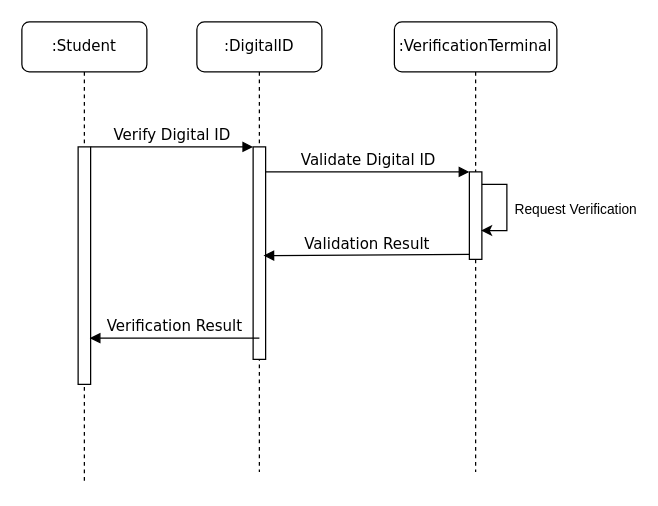
Above: SSD Update personal information.drawio in lahirub99/Computer-Security-CA (draw.io), before the change. Source tidied: cells renumbered, new cells numbered last; positions are measured from the earlier drawing's top-left corner, leaving out a move shared by most shapes. Both pictures are drawn from the tidied source at 125%, with x=0, y=0 at pixel (21, 21).
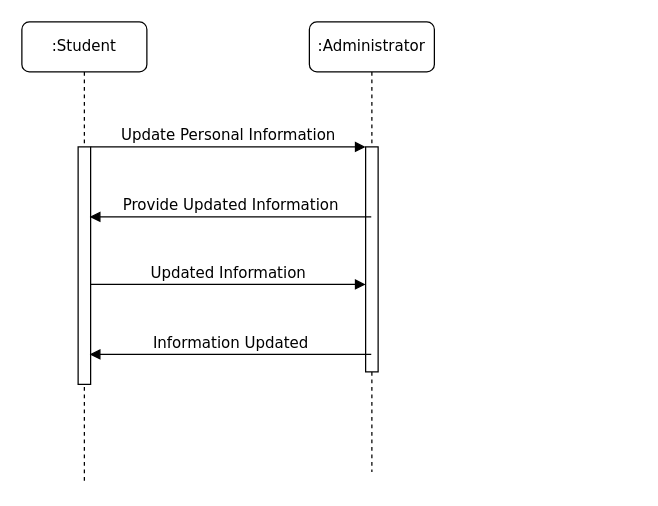
The same diagram, later.

Diff of the diagram source:
```diff
@@
 <mxGraphModel>
   <root>
     <mxCell id="0" />
     <mxCell id="1" parent="0" />
-    <mxCell id="2" value=":DigitalID" style="shape=umlLifeline;perimeter=lifelinePerimeter;whiteSpace=wrap;html=1;rounded=1;shadow=0;comic=0;labelBackgroundColor=none;strokeWidth=1;fontFamily=Verdana;fontSize=12;align=center;" parent="1" vertex="1">
-      <mxGeometry x="140" width="100" height="360" as="geometry" />
+    <mxCell id="2" value=":Administrator" style="shape=umlLifeline;perimeter=lifelinePerimeter;whiteSpace=wrap;html=1;rounded=1;shadow=0;comic=0;labelBackgroundColor=none;strokeWidth=1;fontFamily=Verdana;fontSize=12;align=center;" parent="1" vertex="1">
+      <mxGeometry x="230" width="100" height="360" as="geometry" />
     </mxCell>
     <mxCell id="3" style="html=1;points=[];perimeter=orthogonalPerimeter;rounded=0;shadow=0;comic=0;labelBackgroundColor=none;strokeWidth=1;fontFamily=Verdana;fontSize=12;align=center;" parent="2" vertex="1">
-      <mxGeometry x="45" y="100" width="10" height="170" as="geometry" />
+      <mxGeometry x="45" y="100" width="10" height="180" as="geometry" />
     </mxCell>
-    <mxCell id="4" value=":VerificationTerminal" style="shape=umlLifeline;perimeter=lifelinePerimeter;whiteSpace=wrap;html=1;rounded=1;shadow=0;comic=0;labelBackgroundColor=none;strokeWidth=1;fontFamily=Verdana;fontSize=12;align=center;" parent="1" vertex="1">
-      <mxGeometry x="298" width="130" height="360" as="geometry" />
-    </mxCell>
-    <mxCell id="5" style="html=1;points=[];perimeter=orthogonalPerimeter;rounded=0;shadow=0;comic=0;labelBackgroundColor=none;strokeWidth=1;fontFamily=Verdana;fontSize=12;align=center;" parent="4" vertex="1">
-      <mxGeometry x="60" y="120" width="10" height="70" as="geometry" />
-    </mxCell>
-    <mxCell id="6" style="edgeStyle=orthogonalEdgeStyle;rounded=0;orthogonalLoop=1;jettySize=auto;html=1;entryX=0.933;entryY=0.671;entryDx=0;entryDy=0;entryPerimeter=0;" parent="4" edge="1" source="5" target="5">
-      <mxGeometry relative="1" as="geometry">
-        <Array as="points">
-          <mxPoint x="90" y="130" />
-          <mxPoint x="90" y="167" />
-        </Array>
-      </mxGeometry>
-    </mxCell>
-    <mxCell id="7" value="Request Verification" style="edgeLabel;html=1;align=center;verticalAlign=middle;" parent="6" vertex="1">
-      <mxGeometry y="-1" relative="1" as="geometry">
-        <mxPoint x="55" as="offset" />
-      </mxGeometry>
-    </mxCell>
     <mxCell id="8" value=":Student" style="shape=umlLifeline;perimeter=lifelinePerimeter;whiteSpace=wrap;html=1;rounded=1;shadow=0;comic=0;labelBackgroundColor=none;strokeWidth=1;fontFamily=Verdana;fontSize=12;align=center;" parent="1" vertex="1">
       <mxGeometry width="100" height="370" as="geometry" />
     </mxCell>
     <mxCell id="9" style="html=1;points=[];perimeter=orthogonalPerimeter;rounded=0;shadow=0;comic=0;labelBackgroundColor=none;strokeWidth=1;fontFamily=Verdana;fontSize=12;align=center;" parent="8" vertex="1">
       <mxGeometry x="45" y="100" width="10" height="190" as="geometry" />
     </mxCell>
-    <mxCell id="10" value="Validation Result" style="html=1;verticalAlign=bottom;endArrow=block;labelBackgroundColor=none;fontFamily=Verdana;fontSize=12;edgeStyle=elbowEdgeStyle;elbow=vertical;entryX=0.931;entryY=0.176;entryDx=0;entryDy=0;entryPerimeter=0;exitX=0;exitY=0.943;exitDx=0;exitDy=0;exitPerimeter=0;" parent="1" edge="1" source="5">
-      <mxGeometry relative="1" as="geometry">
-        <mxPoint x="193.3" y="187.5" as="targetPoint" />
-        <Array as="points">
-          <mxPoint x="349" y="187" />
-        </Array>
-      </mxGeometry>
-    </mxCell>
-    <mxCell id="11" value="Verify Digital ID" style="html=1;verticalAlign=bottom;endArrow=block;entryX=0;entryY=0;labelBackgroundColor=none;fontFamily=Verdana;fontSize=12;edgeStyle=elbowEdgeStyle;elbow=vertical;" parent="1" edge="1" source="9" target="3">
+    <mxCell id="11" value="Update Personal Information" style="html=1;verticalAlign=bottom;endArrow=block;entryX=0;entryY=0;labelBackgroundColor=none;fontFamily=Verdana;fontSize=12;edgeStyle=elbowEdgeStyle;elbow=vertical;" parent="1" edge="1" source="9" target="3">
       <mxGeometry relative="1" as="geometry" />
     </mxCell>
-    <mxCell id="12" value="Validate Digital ID" style="html=1;verticalAlign=bottom;endArrow=block;entryX=0;entryY=0;labelBackgroundColor=none;fontFamily=Verdana;fontSize=12;edgeStyle=elbowEdgeStyle;elbow=vertical;" parent="1" edge="1" source="3" target="5">
-      <mxGeometry relative="1" as="geometry" />
-    </mxCell>
-    <mxCell id="13" value="Verification Result" style="html=1;verticalAlign=bottom;endArrow=block;labelBackgroundColor=none;fontFamily=Verdana;fontSize=12;edgeStyle=elbowEdgeStyle;elbow=vertical;entryX=0.931;entryY=0.176;entryDx=0;entryDy=0;entryPerimeter=0;" parent="1" edge="1">
+    <mxCell id="13" value="Provide Updated Information" style="html=1;verticalAlign=bottom;endArrow=block;labelBackgroundColor=none;fontFamily=Verdana;fontSize=12;edgeStyle=elbowEdgeStyle;elbow=vertical;entryX=0.931;entryY=0.176;entryDx=0;entryDy=0;entryPerimeter=0;" parent="1" edge="1">
       <mxGeometry relative="1" as="geometry">
-        <mxPoint x="190" y="253" as="sourcePoint" />
-        <mxPoint x="54.3" y="253.5" as="targetPoint" />
+        <mxPoint x="279.5" y="156" as="sourcePoint" />
+        <mxPoint x="54.3" y="156.5" as="targetPoint" />
         <Array as="points">
-          <mxPoint x="210" y="253" />
+          <mxPoint x="210" y="156" />
         </Array>
       </mxGeometry>
     </mxCell>
+    <mxCell id="14" value="Updated Information" style="html=1;verticalAlign=bottom;endArrow=block;entryX=0;entryY=0;labelBackgroundColor=none;fontFamily=Verdana;fontSize=12;edgeStyle=elbowEdgeStyle;elbow=vertical;" parent="1" edge="1">
+      <mxGeometry relative="1" as="geometry">
+        <mxPoint x="55" y="210" as="sourcePoint" />
+        <mxPoint x="275" y="210" as="targetPoint" />
+      </mxGeometry>
+    </mxCell>
+    <mxCell id="15" value="Information Updated" style="html=1;verticalAlign=bottom;endArrow=block;labelBackgroundColor=none;fontFamily=Verdana;fontSize=12;edgeStyle=elbowEdgeStyle;elbow=vertical;entryX=0.931;entryY=0.176;entryDx=0;entryDy=0;entryPerimeter=0;" parent="1" edge="1">
+      <mxGeometry relative="1" as="geometry">
+        <mxPoint x="279.5" y="266" as="sourcePoint" />
+        <mxPoint x="54.3" y="266.5" as="targetPoint" />
+        <Array as="points">
+          <mxPoint x="210" y="266" />
+        </Array>
+      </mxGeometry>
+    </mxCell>
   </root>
 </mxGraphModel>
```
